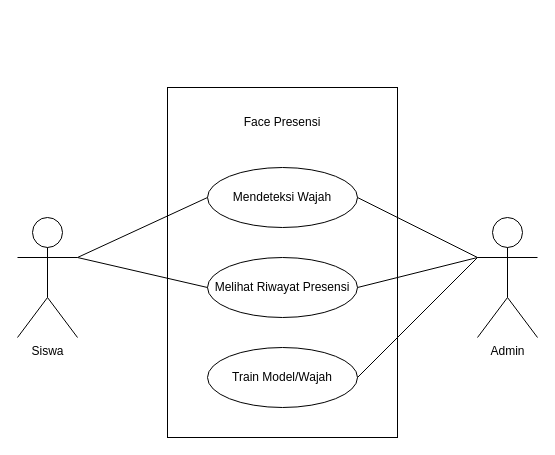
Above: use_case.drawio in ditanursabila/face-presensi (draw.io), before the change. Source tidied: cells renumbered, new cells numbered last; positions are measured from the earlier drawing's top-left corner, leaving out a move shared by most shapes. Both pictures are drawn from the tidied source at 100%, with x=0, y=0 at pixel (17, 87).
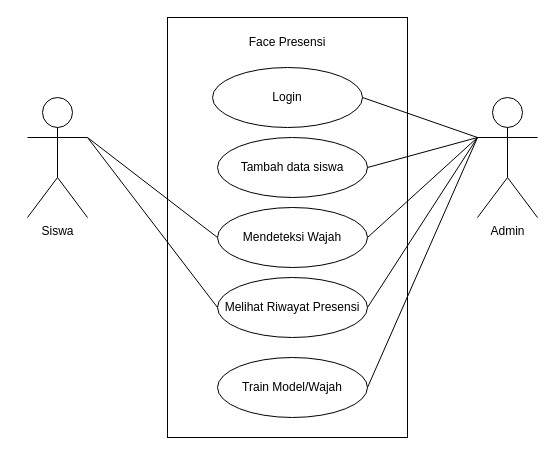
The same diagram, later.

What changed in the source:
```diff
@@
 <mxGraphModel>
   <root>
     <mxCell id="0" />
     <mxCell id="1" parent="0" />
     <mxCell id="2" style="rounded=0;whiteSpace=wrap;html=1;" parent="1" vertex="1">
-      <mxGeometry x="150" width="230" height="350" as="geometry" />
+      <mxGeometry x="150" y="-70" width="240" height="420" as="geometry" />
     </mxCell>
     <mxCell id="3" value="Siswa" style="shape=umlActor;verticalLabelPosition=bottom;verticalAlign=top;html=1;outlineConnect=0;" parent="1" vertex="1">
-      <mxGeometry y="130" width="60" height="120" as="geometry" />
+      <mxGeometry x="10" y="10" width="60" height="120" as="geometry" />
     </mxCell>
     <mxCell id="4" value="Admin" style="shape=umlActor;verticalLabelPosition=bottom;verticalAlign=top;html=1;outlineConnect=0;" parent="1" vertex="1">
-      <mxGeometry x="460" y="130" width="60" height="120" as="geometry" />
+      <mxGeometry x="460" y="10" width="60" height="120" as="geometry" />
     </mxCell>
     <mxCell id="5" value="Face Presensi" style="text;html=1;align=center;verticalAlign=middle;whiteSpace=wrap;rounded=0;" parent="1" vertex="1">
-      <mxGeometry x="215" y="20" width="100" height="30" as="geometry" />
+      <mxGeometry x="220" y="-60" width="100" height="30" as="geometry" />
     </mxCell>
     <mxCell id="6" value="Mendeteksi Wajah" style="ellipse;whiteSpace=wrap;html=1;" parent="1" vertex="1">
-      <mxGeometry x="190" y="80" width="150" height="60" as="geometry" />
+      <mxGeometry x="200" y="120" width="150" height="60" as="geometry" />
     </mxCell>
     <mxCell id="7" value="Melihat Riwayat Presensi" style="ellipse;whiteSpace=wrap;html=1;" parent="1" vertex="1">
-      <mxGeometry x="190" y="170" width="150" height="60" as="geometry" />
+      <mxGeometry x="200" y="190" width="150" height="60" as="geometry" />
     </mxCell>
     <mxCell id="8" value="Train Model/Wajah" style="ellipse;whiteSpace=wrap;html=1;" parent="1" vertex="1">
-      <mxGeometry x="190" y="260" width="150" height="60" as="geometry" />
+      <mxGeometry x="200" y="270" width="150" height="60" as="geometry" />
     </mxCell>
     <mxCell id="9" style="endArrow=none;html=1;rounded=0;exitX=1;exitY=0.3333333333333333;exitDx=0;exitDy=0;exitPerimeter=0;entryX=0;entryY=0.5;entryDx=0;entryDy=0;" parent="1" edge="1" source="3" target="6">
       <mxGeometry relative="1" as="geometry" />
     </mxCell>
     <mxCell id="10" style="endArrow=none;html=1;rounded=0;exitX=1;exitY=0.3333333333333333;exitDx=0;exitDy=0;exitPerimeter=0;entryX=0;entryY=0.5;entryDx=0;entryDy=0;" parent="1" edge="1" source="3" target="7">
       <mxGeometry relative="1" as="geometry" />
     </mxCell>
     <mxCell id="11" style="endArrow=none;html=1;rounded=0;entryX=0;entryY=0.3333333333333333;entryDx=0;entryDy=0;entryPerimeter=0;exitX=1;exitY=0.5;exitDx=0;exitDy=0;" parent="1" edge="1" source="6" target="4">
       <mxGeometry relative="1" as="geometry" />
     </mxCell>
     <mxCell id="12" style="endArrow=none;html=1;rounded=0;entryX=0;entryY=0.3333333333333333;entryDx=0;entryDy=0;entryPerimeter=0;exitX=1;exitY=0.5;exitDx=0;exitDy=0;" parent="1" edge="1" source="7" target="4">
       <mxGeometry relative="1" as="geometry" />
     </mxCell>
     <mxCell id="13" style="endArrow=none;html=1;rounded=0;exitX=1;exitY=0.5;exitDx=0;exitDy=0;entryX=0;entryY=0.3333333333333333;entryDx=0;entryDy=0;entryPerimeter=0;" parent="1" edge="1" source="8" target="4">
       <mxGeometry relative="1" as="geometry" />
     </mxCell>
+    <mxCell id="14" value="Tambah data siswa" style="ellipse;whiteSpace=wrap;html=1;" parent="1" vertex="1">
+      <mxGeometry x="200" y="50" width="150" height="60" as="geometry" />
+    </mxCell>
+    <mxCell id="15" value="Login" style="ellipse;whiteSpace=wrap;html=1;" parent="1" vertex="1">
+      <mxGeometry x="195" y="-20" width="150" height="60" as="geometry" />
+    </mxCell>
+    <mxCell id="16" style="endArrow=none;html=1;rounded=0;entryX=0;entryY=0.3333333333333333;entryDx=0;entryDy=0;entryPerimeter=0;exitX=1;exitY=0.5;exitDx=0;exitDy=0;" parent="1" edge="1" source="15" target="4">
+      <mxGeometry relative="1" as="geometry" />
+    </mxCell>
+    <mxCell id="17" style="endArrow=none;html=1;rounded=0;entryX=0;entryY=0.3333333333333333;entryDx=0;entryDy=0;entryPerimeter=0;exitX=1;exitY=0.5;exitDx=0;exitDy=0;" parent="1" edge="1" source="14" target="4">
+      <mxGeometry relative="1" as="geometry" />
+    </mxCell>
   </root>
 </mxGraphModel>
```
